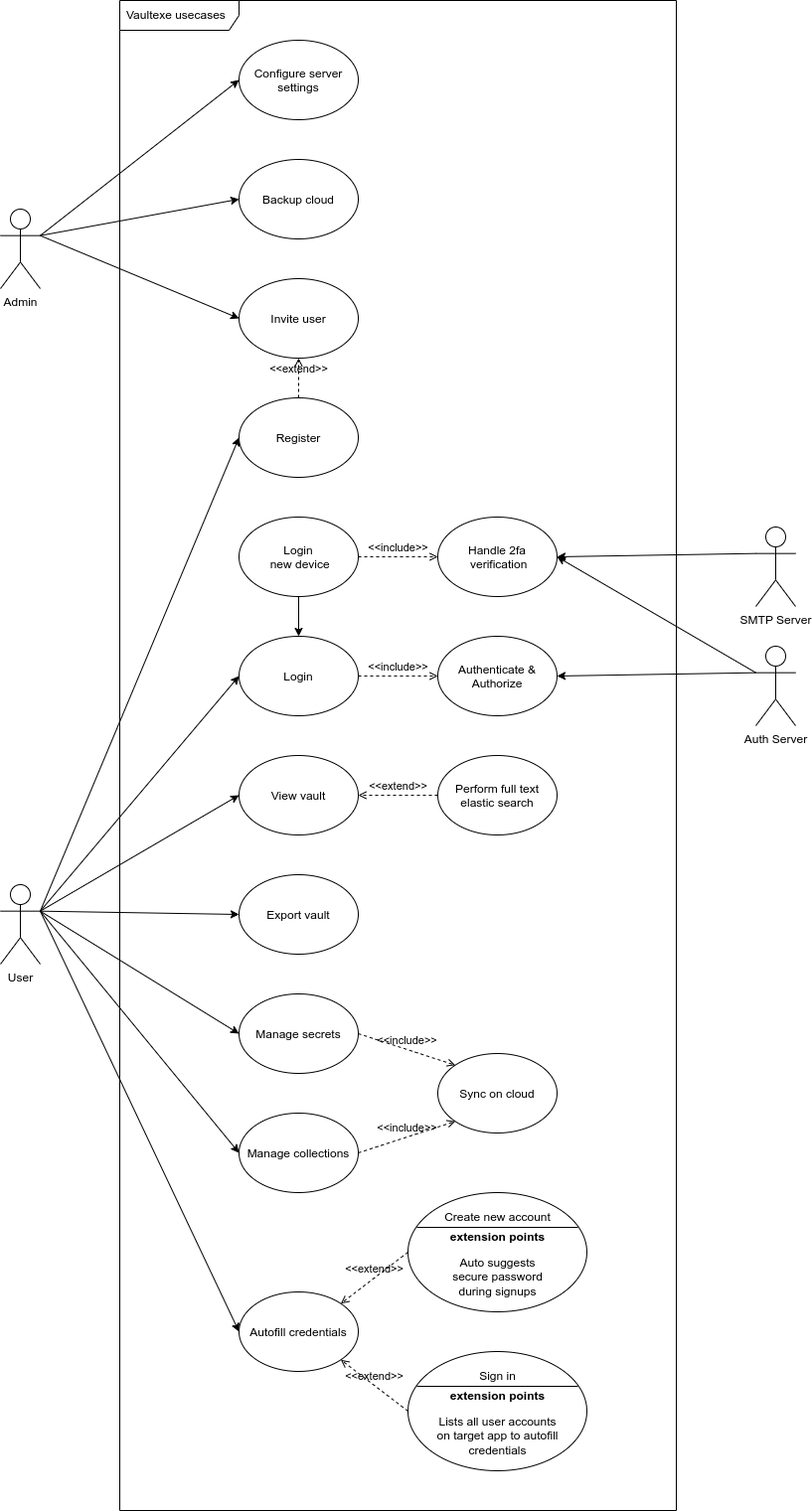
This is usecase.drawio.png from Vaultexe/diagrams, a draw.io export, as it was before one commit. Source tidied: cells renumbered, new cells last; positions are measured from the earlier drawing's top-left corner, leaving out a move shared by most shapes.
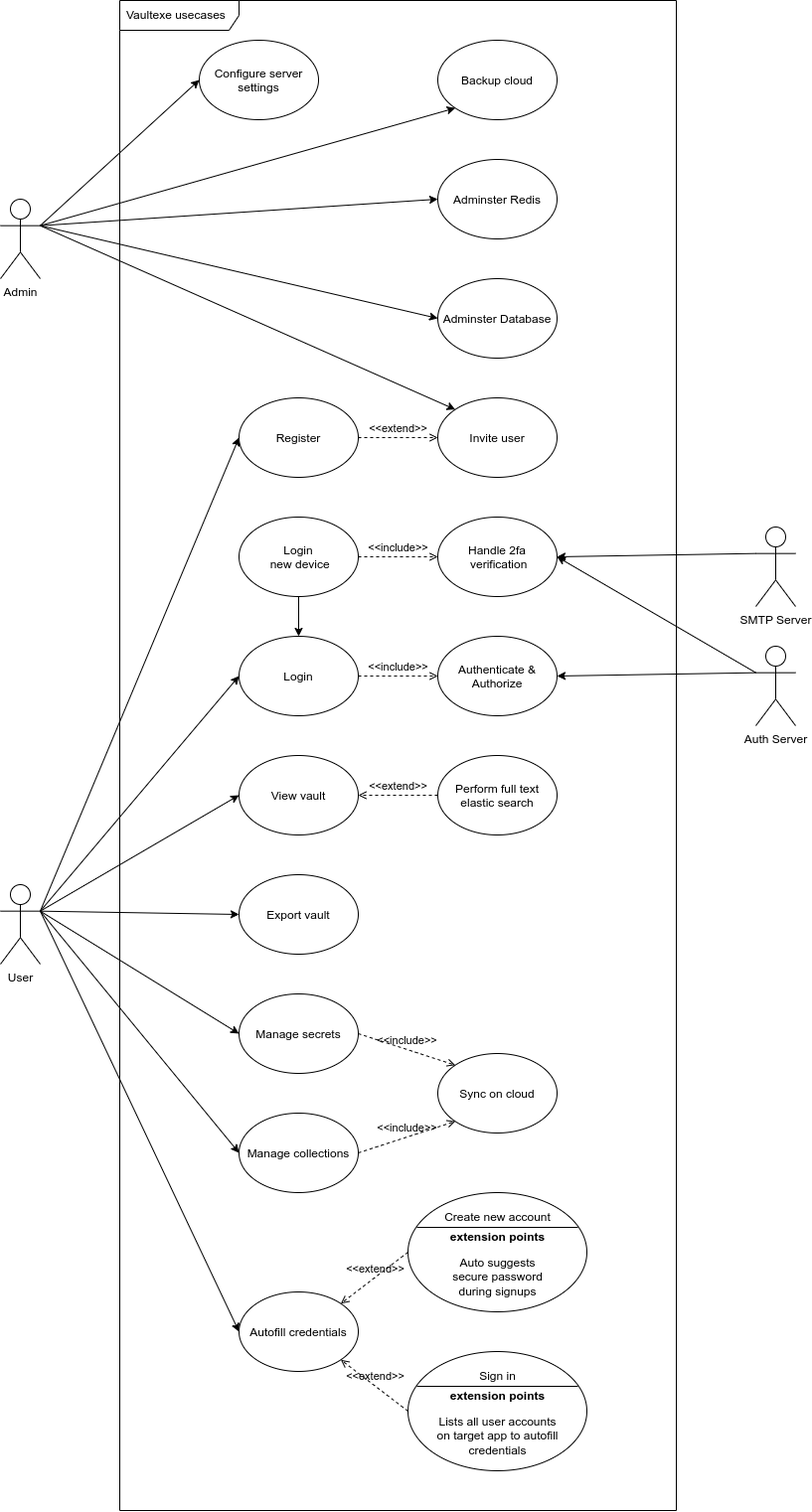
After the change.

Commit message:
Update usecase diagram

Diff of the diagram source:
```diff
@@ -48,7 +48,7 @@
       <mxGeometry x="240" y="760" width="120" height="80" as="geometry" />
     </mxCell>
     <mxCell id="17" value="Configure server&#10;settings" style="ellipse;rounded=0;" parent="1" vertex="1">
-      <mxGeometry x="240" y="40" width="120" height="80" as="geometry" />
+      <mxGeometry x="200" y="40" width="120" height="80" as="geometry" />
     </mxCell>
     <mxCell id="18" value="Handle 2fa&#10; verification" style="ellipse;rounded=0;" parent="1" vertex="1">
       <mxGeometry x="440" y="520" width="120" height="80" as="geometry" />
@@ -75,7 +75,7 @@
       <mxGeometry relative="1" as="geometry" />
     </mxCell>
     <mxCell id="26" value="Backup cloud" style="ellipse;rounded=0;" parent="1" vertex="1">
-      <mxGeometry x="240" y="160" width="120" height="80" as="geometry" />
+      <mxGeometry x="440" y="40" width="120" height="80" as="geometry" />
     </mxCell>
     <mxCell id="27" value="Autofill credentials" style="ellipse;rounded=0;" parent="1" vertex="1">
       <mxGeometry x="240" y="1300" width="120" height="80" as="geometry" />
@@ -113,19 +113,25 @@
     <mxCell id="38" style="edgeStyle=none;html=1;entryX=0;entryY=0.5;entryDx=0;entryDy=0;exitX=1;exitY=0.3333333333333333;exitDx=0;exitDy=0;exitPerimeter=0;" parent="1" edge="1" source="41" target="17">
       <mxGeometry relative="1" as="geometry" />
     </mxCell>
-    <mxCell id="39" style="edgeStyle=none;html=1;entryX=0;entryY=0.5;entryDx=0;entryDy=0;exitX=1;exitY=0.3333333333333333;exitDx=0;exitDy=0;exitPerimeter=0;" parent="1" edge="1" source="41" target="42">
+    <mxCell id="39" style="edgeStyle=none;html=1;entryX=0;entryY=0;entryDx=0;entryDy=0;exitX=1;exitY=0.3333333333333333;exitDx=0;exitDy=0;exitPerimeter=0;" parent="1" edge="1" source="41" target="42">
       <mxGeometry relative="1" as="geometry" />
     </mxCell>
-    <mxCell id="40" style="edgeStyle=none;html=1;entryX=0;entryY=0.5;entryDx=0;entryDy=0;exitX=1;exitY=0.3333333333333333;exitDx=0;exitDy=0;exitPerimeter=0;" parent="1" edge="1" source="41" target="26">
+    <mxCell id="40" style="edgeStyle=none;html=1;entryX=0;entryY=1;entryDx=0;entryDy=0;exitX=1;exitY=0.3333333333333333;exitDx=0;exitDy=0;exitPerimeter=0;" parent="1" edge="1" source="41" target="26">
       <mxGeometry relative="1" as="geometry" />
     </mxCell>
+    <mxCell id="54" style="edgeStyle=none;html=1;entryX=0;entryY=0.5;entryDx=0;entryDy=0;exitX=1;exitY=0.3333333333333333;exitDx=0;exitDy=0;exitPerimeter=0;" parent="1" edge="1" source="41" target="56">
+      <mxGeometry relative="1" as="geometry" />
+    </mxCell>
+    <mxCell id="55" style="edgeStyle=none;html=1;entryX=0;entryY=0.5;entryDx=0;entryDy=0;exitX=1;exitY=0.3333333333333333;exitDx=0;exitDy=0;exitPerimeter=0;" parent="1" edge="1" source="41" target="57">
+      <mxGeometry relative="1" as="geometry" />
+    </mxCell>
     <mxCell id="41" value="Admin" style="shape=umlActor;verticalLabelPosition=bottom;verticalAlign=top;html=1;rounded=0;" parent="1" vertex="1">
-      <mxGeometry y="210" width="40" height="80" as="geometry" />
+      <mxGeometry y="200" width="40" height="80" as="geometry" />
     </mxCell>
     <mxCell id="42" value="Invite user" style="ellipse;rounded=0;" parent="1" vertex="1">
-      <mxGeometry x="240" y="280" width="120" height="80" as="geometry" />
+      <mxGeometry x="440" y="400" width="120" height="80" as="geometry" />
     </mxCell>
-    <mxCell id="43" value="&amp;lt;&amp;lt;extend&amp;gt;&amp;gt;" style="html=1;verticalAlign=bottom;labelBackgroundColor=none;endArrow=open;endFill=0;dashed=1;entryX=0.5;entryY=1;entryDx=0;entryDy=0;exitX=0.5;exitY=0;exitDx=0;exitDy=0;" parent="1" edge="1" source="11" target="42">
+    <mxCell id="43" value="&amp;lt;&amp;lt;extend&amp;gt;&amp;gt;" style="html=1;verticalAlign=bottom;labelBackgroundColor=none;endArrow=open;endFill=0;dashed=1;entryX=0;entryY=0.5;entryDx=0;entryDy=0;exitX=1;exitY=0.5;exitDx=0;exitDy=0;" parent="1" edge="1" source="11" target="42">
       <mxGeometry relative="1" as="geometry" />
     </mxCell>
     <mxCell id="44" value="&amp;lt;&amp;lt;extend&amp;gt;&amp;gt;" style="html=1;verticalAlign=bottom;labelBackgroundColor=none;endArrow=open;endFill=0;dashed=1;entryX=1;entryY=0.5;entryDx=0;entryDy=0;exitX=0;exitY=0.5;exitDx=0;exitDy=0;" parent="1" edge="1" source="33" target="16">
@@ -158,5 +164,11 @@
     <mxCell id="53" value="Lists all user accounts&lt;br&gt;on target app to autofill&lt;br&gt;credentials" style="text;html=1;align=center;verticalAlign=middle;spacingLeft=0;fillColor=none;strokeColor=none;" parent="49" vertex="1">
       <mxGeometry y="70" width="180" height="30" as="geometry" />
     </mxCell>
+    <mxCell id="56" value="Adminster Database" style="ellipse;rounded=0;" parent="1" vertex="1">
+      <mxGeometry x="440" y="280" width="120" height="80" as="geometry" />
+    </mxCell>
+    <mxCell id="57" value="Adminster Redis" style="ellipse;rounded=0;" parent="1" vertex="1">
+      <mxGeometry x="440" y="160" width="120" height="80" as="geometry" />
+    </mxCell>
   </root>
 </mxGraphModel>
```
